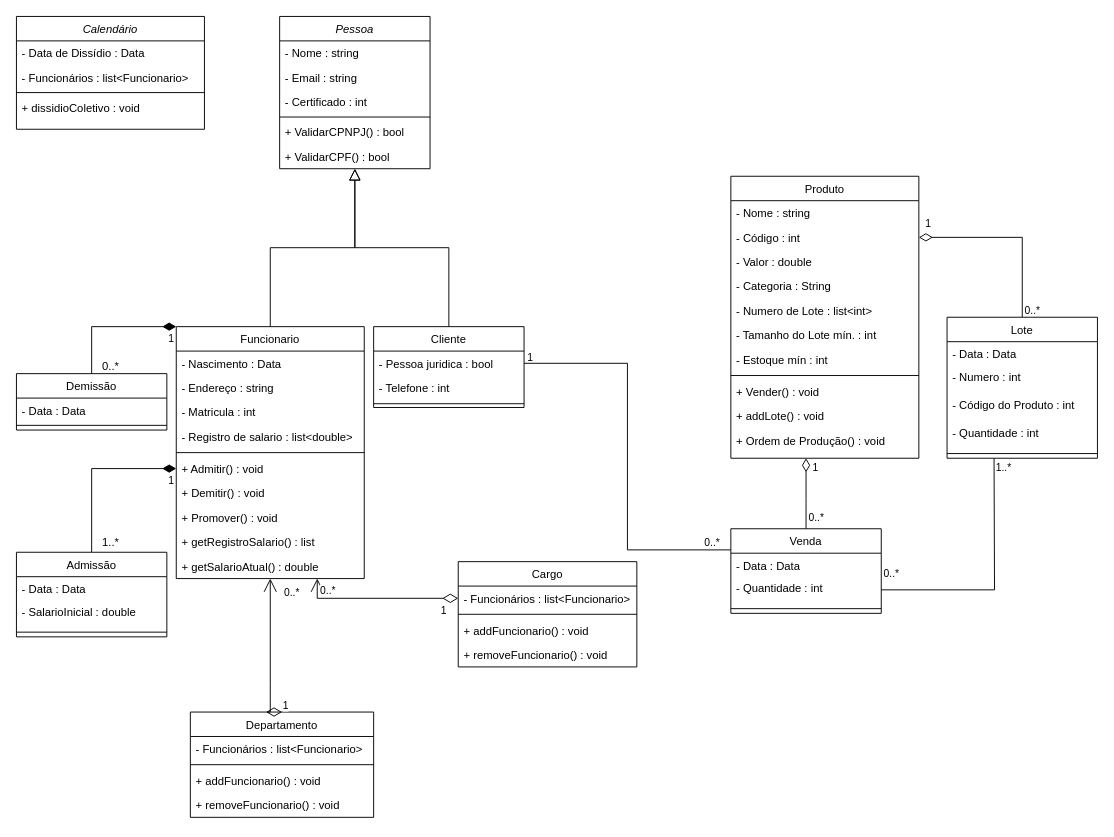
The draw.io diagram Sprint2.drawio in LDLPiao/tp_poo, before the edit. Source tidied: cells renumbered, new cells numbered last; positions are measured from the earlier drawing's top-left corner, leaving out a move shared by most shapes. Both pictures are drawn from the tidied source at 94%, with x=0, y=0 at pixel (16, 16).
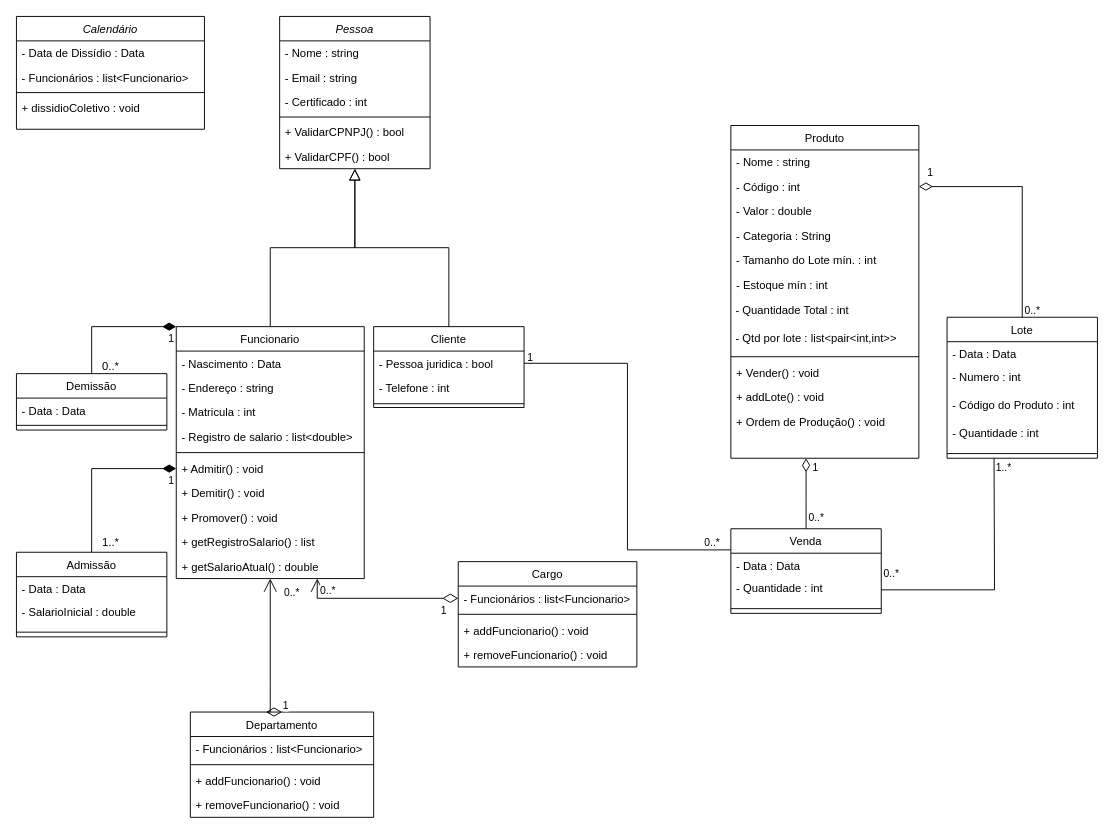
The same page after the edit.

The edit, as a diff of the source:
```diff
@@
     <mxCell id="64" value="Produto" style="swimlane;fontStyle=0;align=center;verticalAlign=top;horizontal=1;startSize=26;rounded=0;shadow=0;strokeWidth=1;" parent="1" vertex="1">
-      <mxGeometry x="760" y="170" width="200" height="300" as="geometry" />
+      <mxGeometry x="760" y="116" width="200" height="354" as="geometry" />
     </mxCell>
@@
-    <mxCell id="69" value="- Numero de Lote : list&lt;int&gt;" style="text;align=left;verticalAlign=top;spacingLeft=4;spacingRight=4;overflow=hidden;fontStyle=0;" parent="64" vertex="1">
-      <mxGeometry y="130" width="200" height="26" as="geometry" />
-    </mxCell>
     <mxCell id="70" value="- Tamanho do Lote mín. : int" style="text;align=left;verticalAlign=top;spacingLeft=4;spacingRight=4;overflow=hidden;fontStyle=0;" parent="64" vertex="1">
-      <mxGeometry y="156" width="200" height="26" as="geometry" />
+      <mxGeometry y="130" width="200" height="26" as="geometry" />
     </mxCell>
     <mxCell id="71" value="- Estoque mín : int" style="text;align=left;verticalAlign=top;spacingLeft=4;spacingRight=4;overflow=hidden;fontStyle=0;" parent="64" vertex="1">
-      <mxGeometry y="182" width="200" height="26" as="geometry" />
+      <mxGeometry y="156" width="200" height="26" as="geometry" />
     </mxCell>
+    <mxCell id="90" value="&amp;nbsp;- Quantidade Total : int" style="text;html=1;align=left;verticalAlign=middle;fillColor=none;strokeColor=none;rounded=0;" parent="64" vertex="1">
+      <mxGeometry y="182" width="200" height="30" as="geometry" />
+    </mxCell>
+    <mxCell id="91" value="&amp;nbsp;- Qtd por lote : list&amp;lt;pair&amp;lt;int,int&amp;gt;&amp;gt;" style="text;html=1;align=left;verticalAlign=middle;fillColor=none;strokeColor=none;rounded=0;" parent="64" vertex="1">
+      <mxGeometry y="212" width="200" height="30" as="geometry" />
+    </mxCell>
     <mxCell id="72" style="line;html=1;strokeWidth=1;align=left;verticalAlign=middle;spacingTop=-1;spacingLeft=3;spacingRight=3;labelPosition=right;" parent="64" vertex="1">
-      <mxGeometry y="208" width="200" height="8" as="geometry" />
+      <mxGeometry y="242" width="200" height="8" as="geometry" />
     </mxCell>
     <mxCell id="73" value="+ Vender() : void" style="text;align=left;verticalAlign=top;spacingLeft=4;spacingRight=4;overflow=hidden;" parent="64" vertex="1">
-      <mxGeometry y="216" width="200" height="26" as="geometry" />
+      <mxGeometry y="250" width="200" height="26" as="geometry" />
     </mxCell>
     <mxCell id="74" value="+ addLote() : void" style="text;align=left;verticalAlign=top;spacingLeft=4;spacingRight=4;overflow=hidden;rounded=0;shadow=0;html=0;" parent="64" vertex="1">
-      <mxGeometry y="242" width="200" height="26" as="geometry" />
+      <mxGeometry y="276" width="200" height="26" as="geometry" />
     </mxCell>
     <mxCell id="75" value="+ Ordem de Produção() : void" style="text;align=left;verticalAlign=top;spacingLeft=4;spacingRight=4;overflow=hidden;rounded=0;shadow=0;html=0;" parent="64" vertex="1">
-      <mxGeometry y="268" width="200" height="26" as="geometry" />
+      <mxGeometry y="302" width="200" height="26" as="geometry" />
     </mxCell>
```
